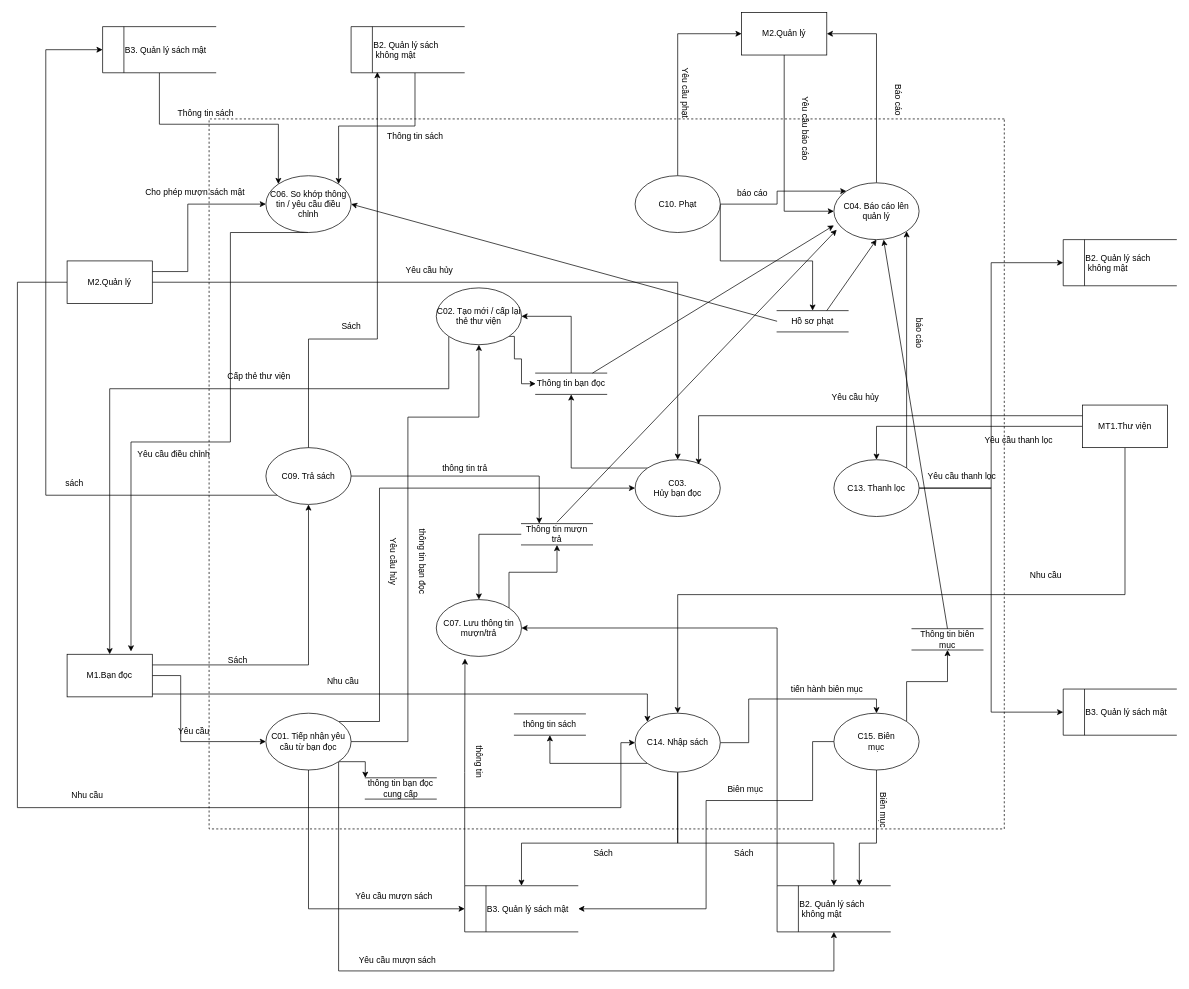
Above: page "DFD_2_THuthu" (5 of 5) of bài tap lớn/DFD.drawio in vqh17062001/PTTKHT (draw.io), before the change. Source tidied: cells renumbered, new cells numbered last; positions are measured from the earlier drawing's top-left corner, leaving out a move shared by most shapes. Both pictures are drawn from the tidied source at 71%, with x=0, y=0 at pixel (17, 12).
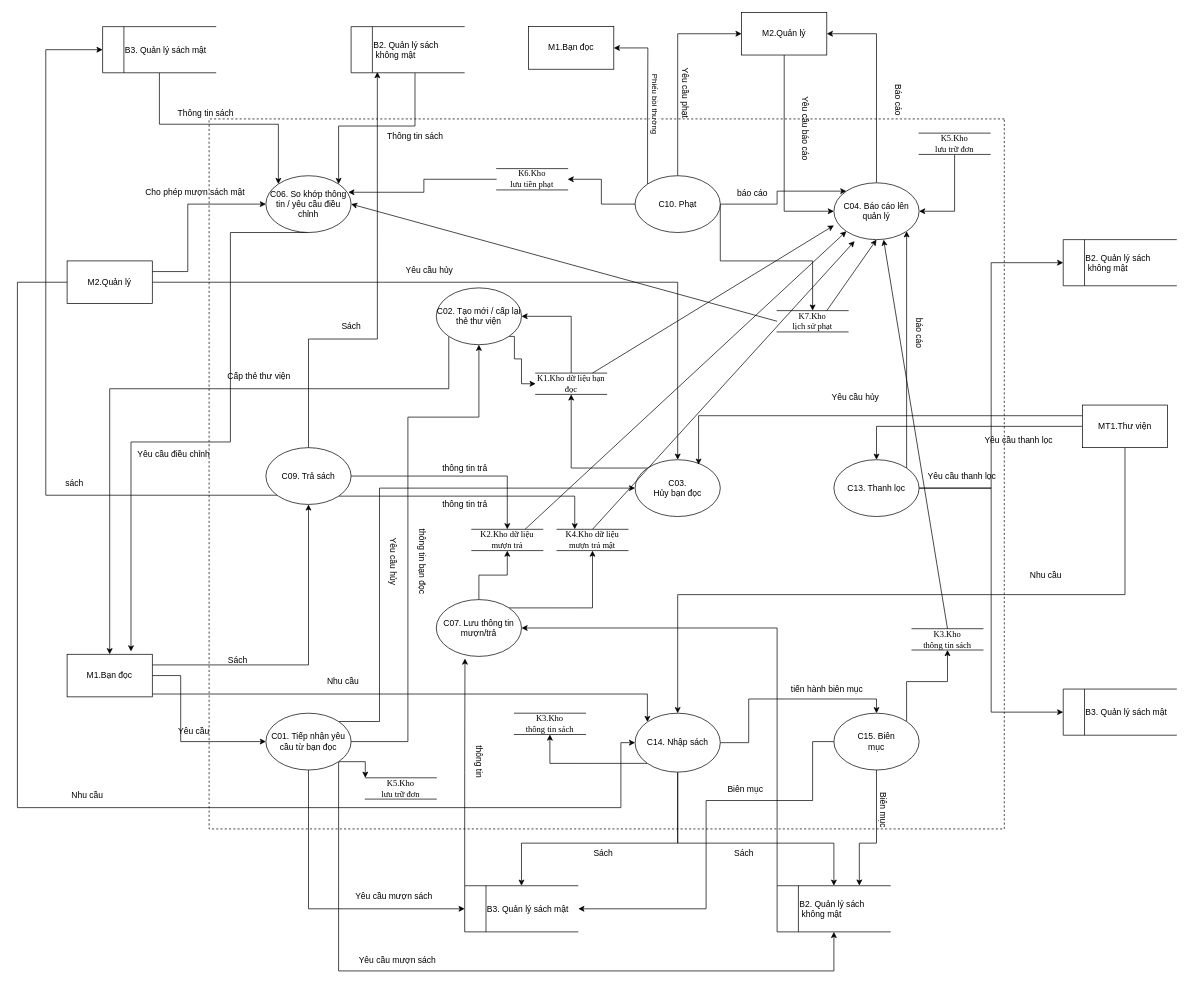
The same page after the edit.

The change refers to these unchanged cells:
```xml
<mxCell id="2" style="endArrow=none;dashed=1;html=1;rounded=0;" parent="1" edge="1">
  <mxGeometry relative="1" as="geometry">
    <mxPoint x="1390" y="150" as="sourcePoint" />
    <mxPoint x="1390" y="150" as="targetPoint" />
    <Array as="points">
      <mxPoint x="270" y="150" />
      <mxPoint x="270" y="1150" />
      <mxPoint x="1390" y="1150" />
    </Array>
  </mxGeometry>
</mxCell>
<mxCell id="23" value="C06.&amp;nbsp;&lt;span style=&quot;text-align: left;&quot; lang=&quot;VI&quot;&gt;So khớp thông tin / yêu cầu điều chỉnh&lt;/span&gt;" style="ellipse;whiteSpace=wrap;html=1;" parent="1" vertex="1">
  <mxGeometry x="350" y="230" width="120" height="80" as="geometry" />
</mxCell>
<mxCell id="25" value="C07. Lưu thông tin mượn/trả" style="ellipse;whiteSpace=wrap;html=1;" parent="1" vertex="1">
  <mxGeometry x="590" y="827" width="120" height="80" as="geometry" />
</mxCell>
<mxCell id="29" value="C10. Phạt" style="ellipse;whiteSpace=wrap;html=1;" parent="1" vertex="1">
  <mxGeometry x="870" y="230" width="120" height="80" as="geometry" />
</mxCell>
<mxCell id="34" value="C14. Nhập sách" style="ellipse;whiteSpace=wrap;html=1;" parent="1" vertex="1">
  <mxGeometry x="870" y="987" width="120" height="83" as="geometry" />
</mxCell>
<mxCell id="39" value="C04.&amp;nbsp;&lt;span style=&quot;text-align: left;&quot; lang=&quot;VI&quot;&gt;Báo cáo lên quản lý&lt;/span&gt;" style="ellipse;whiteSpace=wrap;html=1;" parent="1" vertex="1">
  <mxGeometry x="1150" y="240" width="120" height="80" as="geometry" />
</mxCell>
<mxCell id="47" value="C09. Trả sách" style="ellipse;whiteSpace=wrap;html=1;" parent="1" vertex="1">
  <mxGeometry x="350" y="613" width="120" height="80" as="geometry" />
</mxCell>
```

What changed in the source:
```diff
@@
+    <mxCell id="110" value="Phiếu bồi thường" style="edgeLabel;html=1;align=center;verticalAlign=middle;rotation=90;" parent="2" vertex="1">
+      <mxGeometry x="-0.77" y="-5" relative="1" as="geometry">
+        <mxPoint x="-3" y="-17" as="offset" />
+      </mxGeometry>
+    </mxCell>
@@
-    <mxCell id="24" style="edgeStyle=orthogonalEdgeStyle;rounded=0;jettySize=auto;html=1;exitX=1;exitY=0;exitDx=0;exitDy=0;entryX=0.5;entryY=1;entryDx=0;entryDy=0;" parent="1" edge="1" source="25" target="66">
+    <mxCell id="24" style="edgeStyle=orthogonalEdgeStyle;rounded=0;jettySize=auto;html=1;exitX=1;exitY=0;exitDx=0;exitDy=0;entryX=0.5;entryY=1;entryDx=0;entryDy=0;" parent="1" edge="1" source="25" target="116">
       <mxGeometry relative="1" as="geometry" />
     </mxCell>
+    <mxCell id="111" style="edgeStyle=orthogonalEdgeStyle;rounded=0;jettySize=auto;html=1;entryX=0.5;entryY=1;entryDx=0;entryDy=0;" parent="1" edge="1" source="25" target="115">
+      <mxGeometry relative="1" as="geometry" />
+    </mxCell>
@@
+    <mxCell id="112" style="edgeStyle=orthogonalEdgeStyle;rounded=0;jettySize=auto;html=1;exitX=0;exitY=0;exitDx=0;exitDy=0;entryX=1;entryY=0.5;entryDx=0;entryDy=0;" parent="1" edge="1" source="29" target="118">
+      <mxGeometry relative="1" as="geometry">
+        <Array as="points">
+          <mxPoint x="888" y="155" />
+          <mxPoint x="888" y="50" />
+        </Array>
+      </mxGeometry>
+    </mxCell>
+    <mxCell id="113" style="edgeStyle=orthogonalEdgeStyle;rounded=0;jettySize=auto;html=1;entryX=1;entryY=0.5;entryDx=0;entryDy=0;" parent="1" edge="1" source="29" target="119">
+      <mxGeometry relative="1" as="geometry" />
+    </mxCell>
@@
-    <mxCell id="33" style="edgeStyle=orthogonalEdgeStyle;rounded=0;jettySize=auto;html=1;exitX=0;exitY=1;exitDx=0;exitDy=0;entryX=0.5;entryY=1;entryDx=0;entryDy=0;" parent="1" edge="1" source="34" target="107">
+    <mxCell id="33" style="edgeStyle=orthogonalEdgeStyle;rounded=0;jettySize=auto;html=1;exitX=0;exitY=1;exitDx=0;exitDy=0;entryX=0.5;entryY=1;entryDx=0;entryDy=0;" parent="1" edge="1" source="34" target="117">
       <mxGeometry relative="1" as="geometry" />
     </mxCell>
@@
-    <mxCell id="45" style="edgeStyle=orthogonalEdgeStyle;rounded=0;jettySize=auto;html=1;entryX=0.25;entryY=0;entryDx=0;entryDy=0;" parent="1" edge="1" source="47" target="66">
-      <mxGeometry relative="1" as="geometry" />
+    <mxCell id="45" style="edgeStyle=orthogonalEdgeStyle;rounded=0;jettySize=auto;html=1;entryX=0.5;entryY=0;entryDx=0;entryDy=0;" parent="1" edge="1" source="47" target="115">
+      <mxGeometry relative="1" as="geometry">
+        <Array as="points">
+          <mxPoint x="690" y="653" />
+        </Array>
+      </mxGeometry>
     </mxCell>
@@
+    <mxCell id="114" style="edgeStyle=orthogonalEdgeStyle;rounded=0;jettySize=auto;html=1;exitX=1;exitY=1;exitDx=0;exitDy=0;entryX=0.25;entryY=0;entryDx=0;entryDy=0;" parent="1" edge="1" source="47" target="116">
+      <mxGeometry relative="1" as="geometry" />
+    </mxCell>
@@
-    <mxCell id="59" value="Hồ sơ phạt" style="html=1;dashed=0;whiteSpace=wrap;shape=partialRectangle;right=0;left=0;" parent="1" vertex="1">
+    <mxCell id="59" value="&lt;span style=&quot;font-family: &amp;quot;Times New Roman&amp;quot;, serif;&quot;&gt;K7.Kho&lt;/span&gt;&lt;br style=&quot;font-family: &amp;quot;Times New Roman&amp;quot;, serif;&quot;&gt;&lt;span style=&quot;font-family: &amp;quot;Times New Roman&amp;quot;, serif;&quot;&gt;lịch sử phạt&lt;/span&gt;" style="html=1;dashed=0;whiteSpace=wrap;shape=partialRectangle;right=0;left=0;" parent="1" vertex="1">
       <mxGeometry x="1070" y="420" width="100" height="30" as="geometry" />
     </mxCell>
@@
-    <mxCell id="65" style="edgeStyle=orthogonalEdgeStyle;rounded=0;jettySize=auto;html=1;entryX=0.5;entryY=0;entryDx=0;entryDy=0;" parent="1" edge="1" source="66" target="25">
-      <mxGeometry relative="1" as="geometry">
-        <Array as="points">
-          <mxPoint x="650" y="735" />
-        </Array>
-      </mxGeometry>
-    </mxCell>
-    <mxCell id="66" value="Thông tin mượn trả" style="html=1;dashed=0;whiteSpace=wrap;shape=partialRectangle;right=0;left=0;" parent="1" vertex="1">
-      <mxGeometry x="710" y="720" width="100" height="30" as="geometry" />
-    </mxCell>
@@
-    <mxCell id="68" value="Thông tin bạn đọc" style="html=1;dashed=0;whiteSpace=wrap;shape=partialRectangle;right=0;left=0;" parent="1" vertex="1">
+    <mxCell id="68" value="&lt;span style=&quot;font-family: &amp;quot;Times New Roman&amp;quot;, serif;&quot;&gt;K1.Kho dữ liệu bạn đọc&lt;/span&gt;" style="html=1;dashed=0;whiteSpace=wrap;shape=partialRectangle;right=0;left=0;" parent="1" vertex="1">
       <mxGeometry x="730" y="508" width="100" height="30" as="geometry" />
     </mxCell>
-    <mxCell id="69" style="endArrow=classic;html=1;rounded=0;entryX=0.033;entryY=0.826;entryDx=0;entryDy=0;entryPerimeter=0;" parent="1" edge="1" target="39">
-      <mxGeometry relative="1" as="geometry">
-        <mxPoint x="760" y="718" as="sourcePoint" />
-      </mxGeometry>
+    <mxCell id="69" style="endArrow=classic;html=1;rounded=0;entryX=0.243;entryY=1.027;entryDx=0;entryDy=0;entryPerimeter=0;exitX=0.5;exitY=0;exitDx=0;exitDy=0;" parent="1" edge="1" source="116" target="39">
+      <mxGeometry relative="1" as="geometry" />
     </mxCell>
@@
-    <mxCell id="72" value="Thông tin biên mục" style="html=1;dashed=0;whiteSpace=wrap;shape=partialRectangle;right=0;left=0;" parent="1" vertex="1">
+    <mxCell id="72" value="&lt;span style=&quot;font-family: &amp;quot;Times New Roman&amp;quot;, serif;&quot;&gt;K3.Kho&lt;/span&gt;&lt;br style=&quot;font-family: &amp;quot;Times New Roman&amp;quot;, serif;&quot;&gt;&lt;span style=&quot;font-family: &amp;quot;Times New Roman&amp;quot;, serif;&quot;&gt;thông tin sách&lt;/span&gt;" style="html=1;dashed=0;whiteSpace=wrap;shape=partialRectangle;right=0;left=0;" parent="1" vertex="1">
       <mxGeometry x="1260" y="868" width="100" height="30" as="geometry" />
     </mxCell>
@@
-    <mxCell id="107" value="thông tin sách" style="html=1;dashed=0;whiteSpace=wrap;shape=partialRectangle;right=0;left=0;" parent="1" vertex="1">
-      <mxGeometry x="700" y="988" width="100" height="30" as="geometry" />
-    </mxCell>
-    <mxCell id="108" value="thông tin bạn đọc cung cấp" style="html=1;dashed=0;whiteSpace=wrap;shape=partialRectangle;right=0;left=0;" parent="1" vertex="1">
+    <mxCell id="108" value="&lt;span style=&quot;font-family: &amp;quot;Times New Roman&amp;quot;, serif;&quot;&gt;K5.Kho&lt;/span&gt;&lt;br style=&quot;font-family: &amp;quot;Times New Roman&amp;quot;, serif;&quot;&gt;&lt;span style=&quot;font-family: &amp;quot;Times New Roman&amp;quot;, serif;&quot;&gt;lưu trữ đơn&lt;/span&gt;" style="html=1;dashed=0;whiteSpace=wrap;shape=partialRectangle;right=0;left=0;" parent="1" vertex="1">
       <mxGeometry x="490" y="1078" width="100" height="30" as="geometry" />
     </mxCell>
@@
+    <mxCell id="115" value="&lt;span style=&quot;line-height: 130%; font-family: &amp;quot;Times New Roman&amp;quot;, serif;&quot; lang=&quot;EN-GB&quot;&gt;&lt;font style=&quot;font-size: 12px;&quot;&gt;K2.Kho dữ liệu mượn trả&lt;/font&gt;&lt;/span&gt;" style="html=1;dashed=0;whiteSpace=wrap;shape=partialRectangle;right=0;left=0;" parent="1" vertex="1">
+      <mxGeometry x="640" y="728" width="100" height="30" as="geometry" />
+    </mxCell>
+    <mxCell id="116" value="&lt;span style=&quot;line-height: 130%; font-family: &amp;quot;Times New Roman&amp;quot;, serif;&quot; lang=&quot;VI&quot;&gt;&lt;font style=&quot;font-size: 12px;&quot;&gt;K4.Kho dữ liệu mượn trả mật&lt;/font&gt;&lt;/span&gt;" style="html=1;dashed=0;whiteSpace=wrap;shape=partialRectangle;right=0;left=0;" parent="1" vertex="1">
+      <mxGeometry x="760" y="728" width="100" height="30" as="geometry" />
+    </mxCell>
+    <mxCell id="117" value="&lt;span style=&quot;line-height: 130%; font-family: &amp;quot;Times New Roman&amp;quot;, serif;&quot; lang=&quot;VI&quot;&gt;K3.Kho&lt;br/&gt;thông tin sách&lt;/span&gt;" style="html=1;dashed=0;whiteSpace=wrap;shape=partialRectangle;right=0;left=0;" parent="1" vertex="1">
+      <mxGeometry x="700" y="987" width="100" height="30" as="geometry" />
+    </mxCell>
+    <mxCell id="118" value="M1.Bạn đọc" style="rounded=0;whiteSpace=wrap;html=1;" parent="1" vertex="1">
+      <mxGeometry x="720" y="20" width="120" height="60" as="geometry" />
+    </mxCell>
+    <mxCell id="119" value="&lt;span style=&quot;line-height: 130%; font-family: &amp;quot;Times New Roman&amp;quot;, serif;&quot; lang=&quot;VI&quot;&gt;&lt;font style=&quot;font-size: 12px;&quot;&gt;K6.Kho&lt;br/&gt;lưu tiền phạt&lt;/font&gt;&lt;/span&gt;" style="html=1;dashed=0;whiteSpace=wrap;shape=partialRectangle;right=0;left=0;" parent="1" vertex="1">
+      <mxGeometry x="675" y="220" width="100" height="30" as="geometry" />
+    </mxCell>
+    <mxCell id="120" style="endArrow=classic;html=1;rounded=0;exitX=0.75;exitY=0;exitDx=0;exitDy=0;entryX=0;entryY=1;entryDx=0;entryDy=0;" parent="1" edge="1" source="115" target="39">
+      <mxGeometry relative="1" as="geometry" />
+    </mxCell>
+    <mxCell id="121" value="thông tin trả" style="text;html=1;align=center;verticalAlign=middle;strokeColor=none;fillColor=none;" parent="1" vertex="1">
+      <mxGeometry x="585" y="678" width="90" height="30" as="geometry" />
+    </mxCell>
+    <mxCell id="122" style="edgeStyle=orthogonalEdgeStyle;rounded=0;jettySize=auto;html=1;entryX=1;entryY=0.5;entryDx=0;entryDy=0;" parent="1" edge="1" source="123" target="39">
+      <mxGeometry relative="1" as="geometry" />
+    </mxCell>
+    <mxCell id="123" value="&lt;span style=&quot;font-family: &amp;quot;Times New Roman&amp;quot;, serif;&quot;&gt;K5.Kho&lt;/span&gt;&lt;br style=&quot;font-family: &amp;quot;Times New Roman&amp;quot;, serif;&quot;&gt;&lt;span style=&quot;font-family: &amp;quot;Times New Roman&amp;quot;, serif;&quot;&gt;lưu trữ đơn&lt;/span&gt;" style="html=1;dashed=0;whiteSpace=wrap;shape=partialRectangle;right=0;left=0;" parent="1" vertex="1">
+      <mxGeometry x="1270" y="170" width="100" height="30" as="geometry" />
+    </mxCell>
+    <mxCell id="124" style="edgeStyle=orthogonalEdgeStyle;rounded=0;jettySize=auto;html=1;entryX=0.967;entryY=0.291;entryDx=0;entryDy=0;entryPerimeter=0;" parent="1" edge="1" source="119" target="23">
+      <mxGeometry relative="1" as="geometry" />
+    </mxCell>
```
